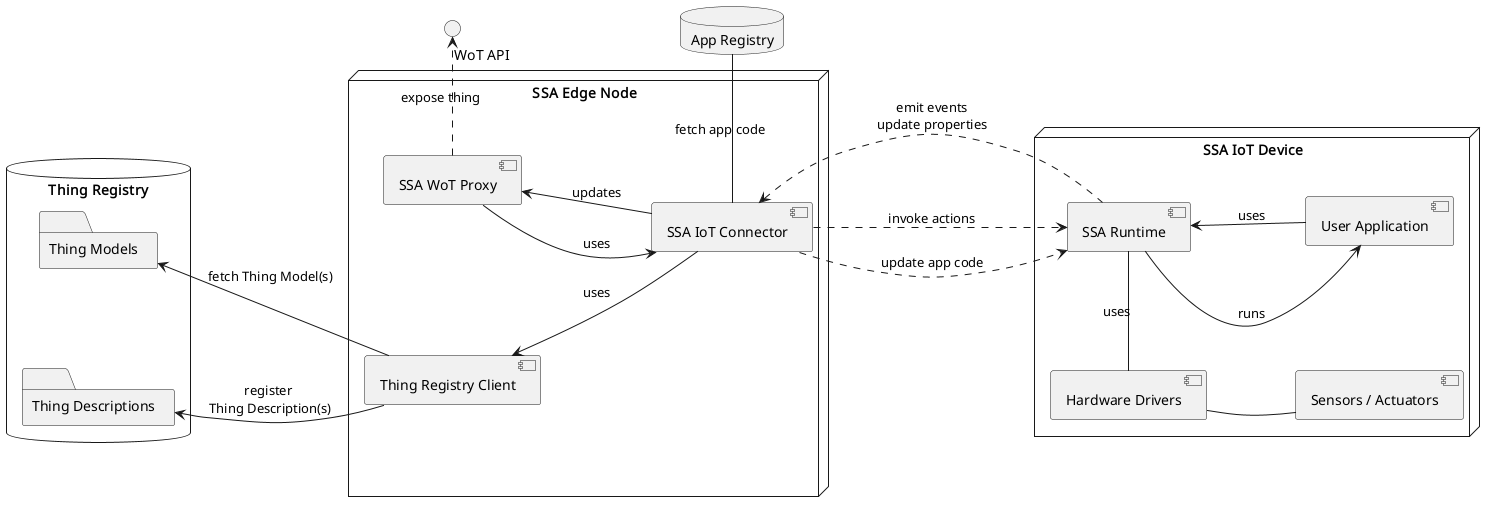
Earlier version of the PlantUML export uml/component_proxy.png (les2feup/CityLink).
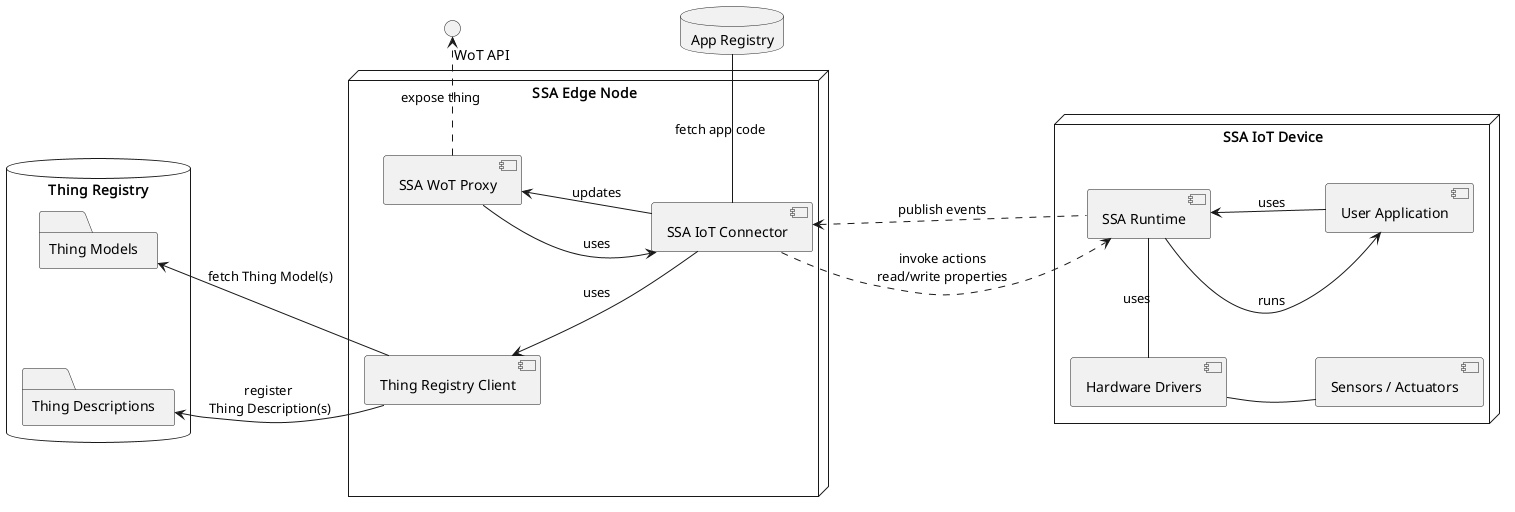
After the change.

What changed in the source:
```diff
@@ -50,8 +50,7 @@
 
 ssaProxy -u[hidden]- tms
 
-ssaRt -u..> ssaIoT : emit events\nupdate properties
-ssaIoT -d..> ssaRt : invoke actions
-ssaIoT -d..> ssaRt : update app code
+ssaRt -u..> ssaIoT : publish events
+ssaIoT -d..> ssaRt : invoke actions\nread/write properties
 
 @enduml
```
